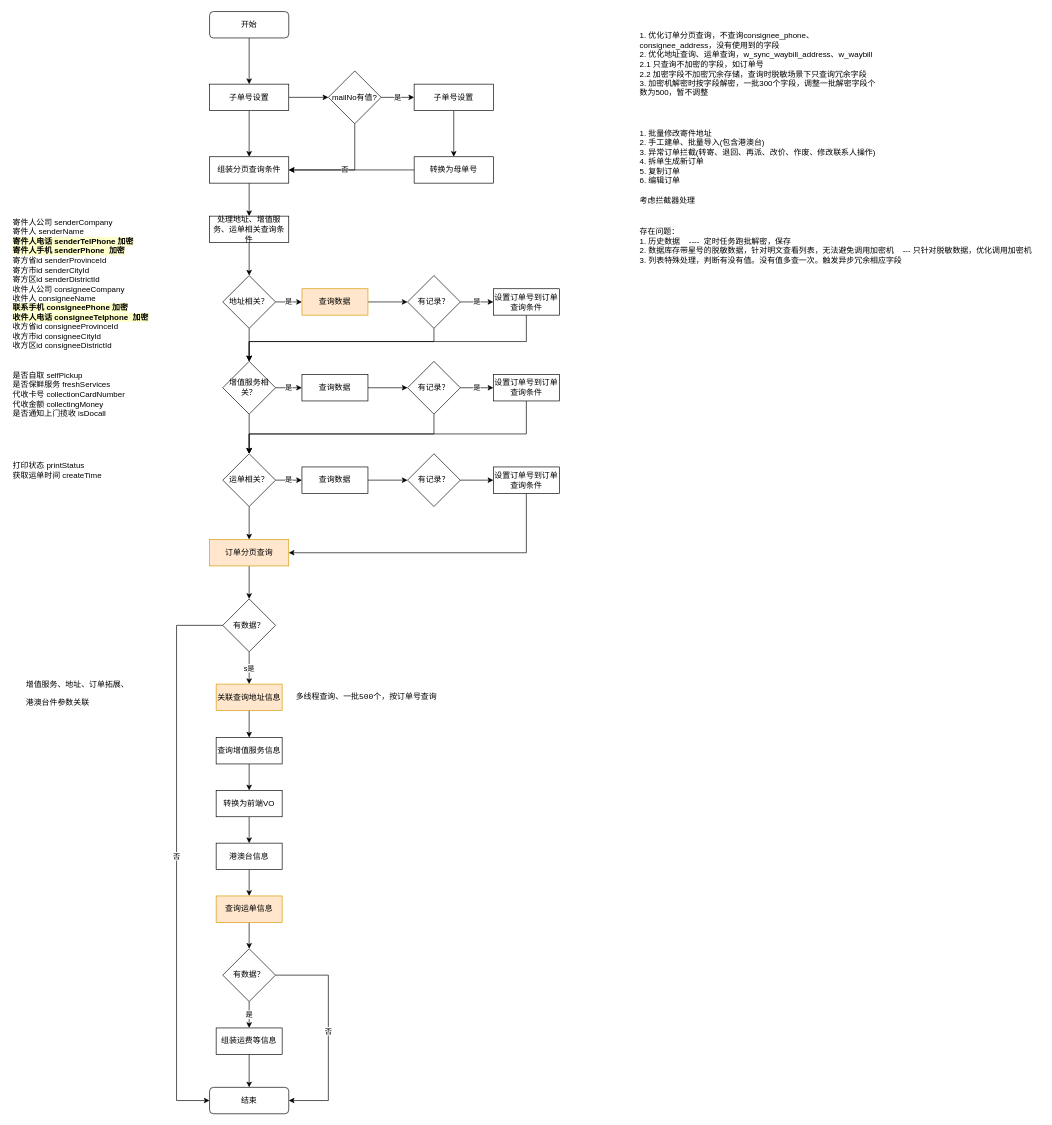
vvhard/draw_io keeps this draw.io diagram as 列表优化.drawio. Above is the earlier version. Source tidied: cells renumbered, new cells numbered last; positions are measured from the earlier drawing's top-left corner, leaving out a move shared by most shapes. Both pictures are drawn from the tidied source at 66%, with x=0, y=0 at pixel (11, 11).
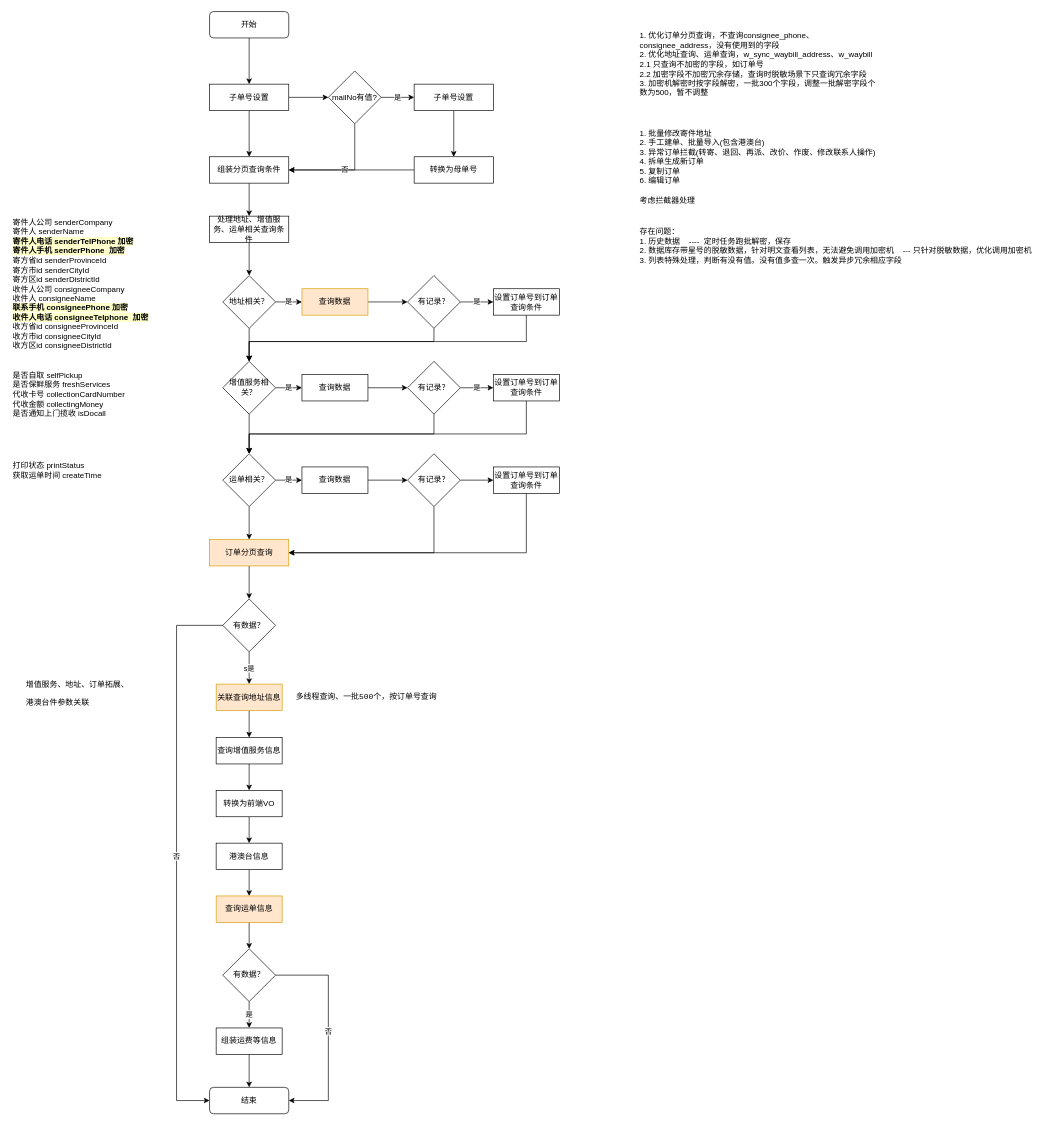
After the change.

Commit message:
更新列表优化.drawio

The change refers to these unchanged cells:
```xml
<mxCell id="17" value="订单分页查询" style="rounded=0;whiteSpace=wrap;html=1;fillColor=#ffe6cc;strokeColor=#d79b00;" parent="1" vertex="1">
  <mxGeometry x="300" y="800" width="120" height="40" as="geometry" />
</mxCell>
<mxCell id="72" value="有记录？" style="rhombus;whiteSpace=wrap;html=1;" parent="1" vertex="1">
  <mxGeometry x="600" y="670" width="80" height="80" as="geometry" />
</mxCell>
```

What changed in the source:
```diff
@@
+    <mxCell id="76" style="edgeStyle=orthogonalEdgeStyle;rounded=0;jettySize=auto;html=1;entryX=1;entryY=0.5;entryDx=0;entryDy=0;exitX=0.5;exitY=1;exitDx=0;exitDy=0;" parent="1" edge="1" source="72" target="17">
+      <mxGeometry relative="1" as="geometry" />
+    </mxCell>
```
